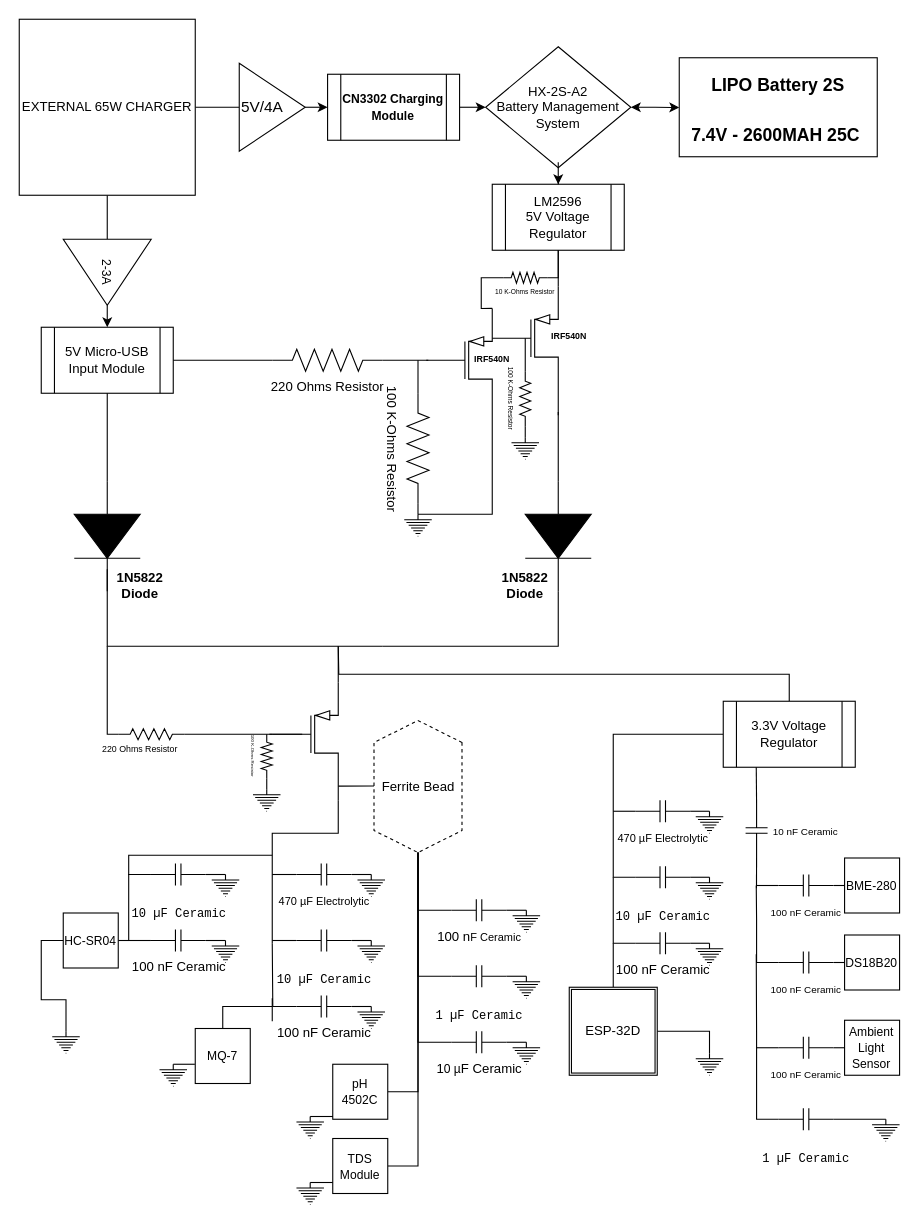
Zer0-Dayy/Hydroponics-Monitoring-System keeps this draw.io diagram as Documentation/Electrical System Diagram.drawio. Above is the earlier version. Source tidied: cells renumbered, new cells numbered last; positions are measured from the earlier drawing's top-left corner, leaving out a move shared by most shapes. Both pictures are drawn from the tidied source at 110%, with x=0, y=0 at pixel (19, 19).
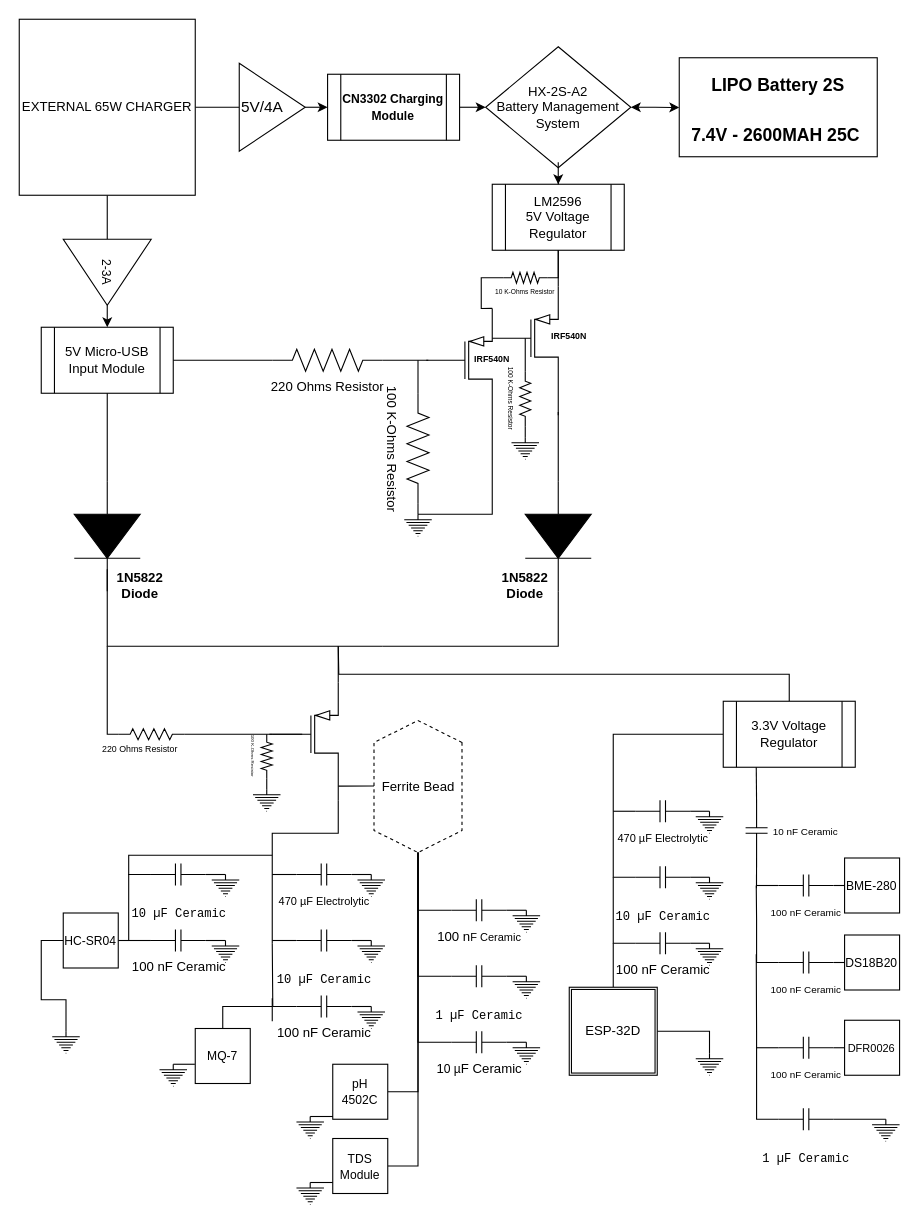
The same page after the edit.

Commit message (it also covers changes not shown here):
Changed the name of the 'Ambient Light Sensor' to 'DFR0026' in the 'Electrical System Diagram' files.

Diff of the diagram source:
```diff
@@
-    <mxCell id="130" value="&lt;font style=&quot;font-size: 11px;&quot;&gt;Ambient Light Sensor&lt;/font&gt;" style="whiteSpace=wrap;html=1;" parent="1" vertex="1">
+    <mxCell id="130" value="&lt;font style=&quot;font-size: 10px;&quot;&gt;DFR0026&lt;/font&gt;" style="whiteSpace=wrap;html=1;" parent="1" vertex="1">
       <mxGeometry x="750.3" y="910" width="50" height="50" as="geometry" />
     </mxCell>
```
